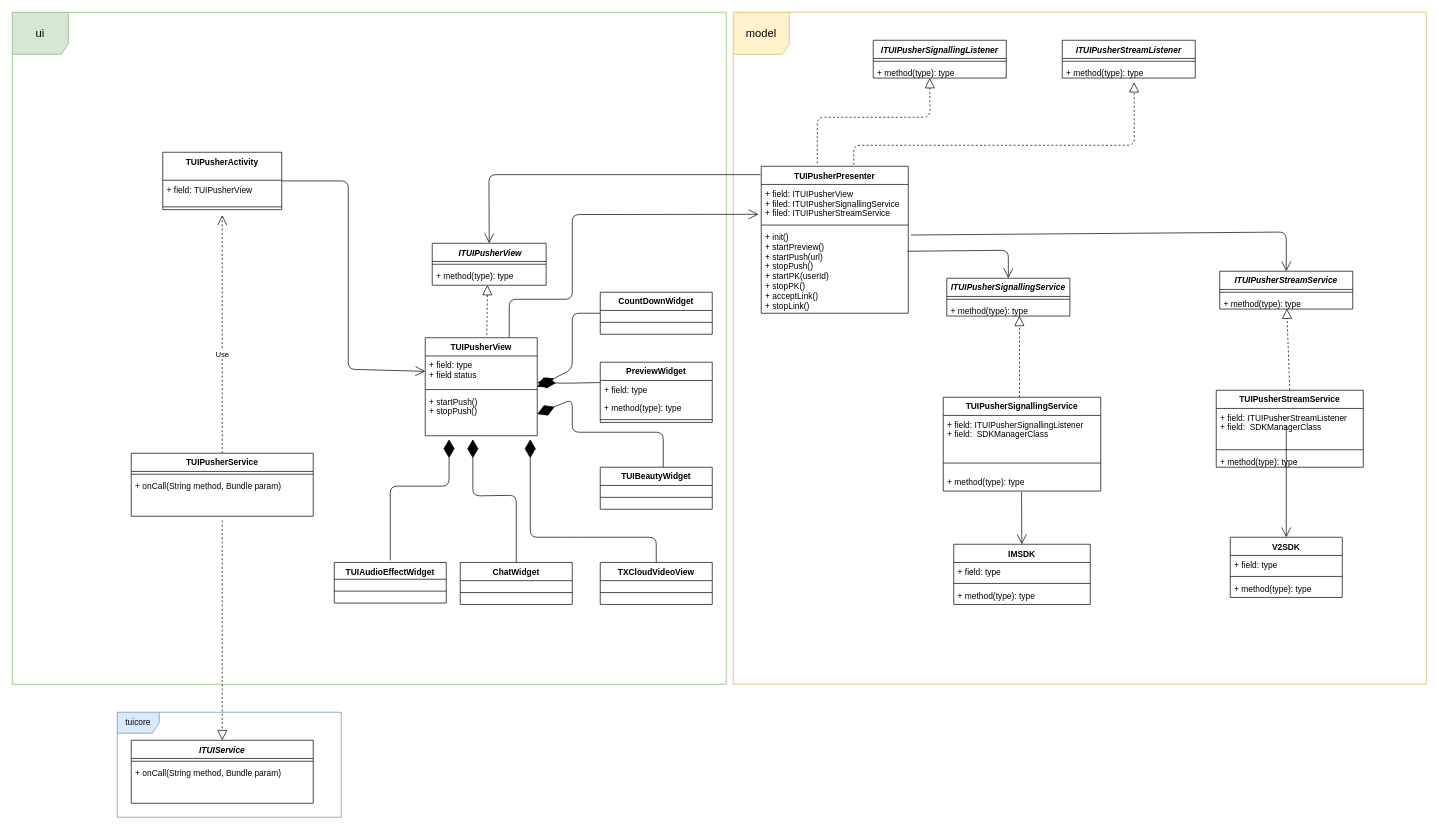
Above: diagrams/TUIPusher.drawio in paopaosecret/resources (draw.io), before the change. Source tidied: cells renumbered, new cells numbered last; positions are measured from the earlier drawing's top-left corner, leaving out a move shared by most shapes. Both pictures are drawn from the tidied source at 70%, with x=0, y=0 at pixel (12, 12).
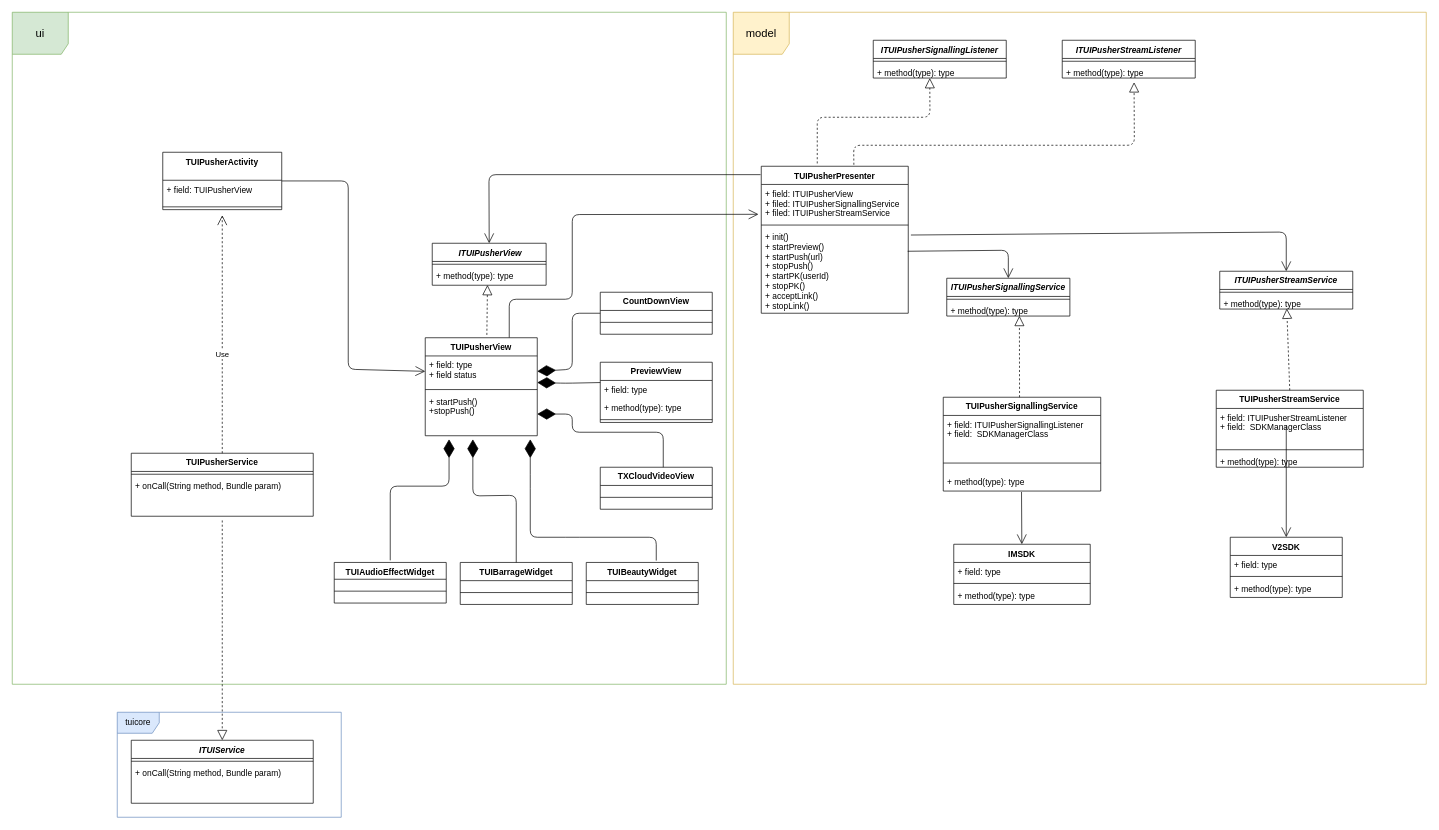
Above is the later version.

Unchanged cells that the change refers to:
```xml
<mxCell id="55" value="TUIPusherView" style="swimlane;fontStyle=1;align=center;verticalAlign=top;horizontal=1;startSize=26;" parent="1" vertex="1">
  <mxGeometry x="590" y="465" width="160" height="140" as="geometry" />
</mxCell>
<mxCell id="56" value="+ field: type&#10;+ field status" style="text;strokeColor=none;fillColor=none;align=left;verticalAlign=top;spacingLeft=4;spacingRight=4;overflow=hidden;points=[[0,0.5],[1,0.5]];portConstraint=eastwest;" parent="55" vertex="1">
  <mxGeometry y="26" width="160" height="44" as="geometry" />
</mxCell>
```

The edit, as a diff of the source:
```diff
@@
-    <mxCell id="12" value="PreviewWidget" style="swimlane;fontStyle=1;align=center;verticalAlign=top;horizontal=1;startSize=26;" parent="1" vertex="1">
+    <mxCell id="12" value="PreviewView" style="swimlane;fontStyle=1;align=center;verticalAlign=top;horizontal=1;startSize=26;" parent="1" vertex="1">
       <mxGeometry x="840" y="500" width="160" height="86" as="geometry" />
     </mxCell>
@@
-    <mxCell id="58" value="+ startPush()&#10;+ stopPush()" style="text;strokeColor=none;fillColor=none;align=left;verticalAlign=top;spacingLeft=4;spacingRight=4;overflow=hidden;points=[[0,0.5],[1,0.5]];portConstraint=eastwest;" parent="55" vertex="1">
+    <mxCell id="58" value="+ startPush()&#10;+stopPush()" style="text;strokeColor=none;fillColor=none;align=left;verticalAlign=top;spacingLeft=4;spacingRight=4;overflow=hidden;points=[[0,0.5],[1,0.5]];portConstraint=eastwest;" parent="55" vertex="1">
       <mxGeometry y="78" width="160" height="62" as="geometry" />
     </mxCell>
@@
-    <mxCell id="61" value="CountDownWidget" style="swimlane;fontStyle=1;align=center;verticalAlign=top;horizontal=1;startSize=26;" parent="1" vertex="1">
+    <mxCell id="61" value="CountDownView" style="swimlane;fontStyle=1;align=center;verticalAlign=top;horizontal=1;startSize=26;" parent="1" vertex="1">
       <mxGeometry x="840" y="400" width="160" height="60" as="geometry" />
     </mxCell>
@@
-    <mxCell id="63" style="endArrow=diamondThin;endFill=1;endSize=24;html=1;entryX=1;entryY=0.5;entryDx=0;entryDy=0;exitX=0;exitY=0.5;exitDx=0;exitDy=0;" parent="1" edge="1" source="61" target="55">
+    <mxCell id="63" style="endArrow=diamondThin;endFill=1;endSize=24;html=1;entryX=1;entryY=0.5;entryDx=0;entryDy=0;exitX=0;exitY=0.5;exitDx=0;exitDy=0;" parent="1" edge="1" source="61" target="56">
       <mxGeometry relative="1" as="geometry">
         <Array as="points">
           <mxPoint x="800" y="430" />
           <mxPoint x="800" y="510" />
         </Array>
       </mxGeometry>
     </mxCell>
     <mxCell id="64" value="TXCloudVideoView" style="swimlane;fontStyle=1;align=center;verticalAlign=top;horizontal=1;startSize=26;" parent="1" vertex="1">
-      <mxGeometry x="840" y="786" width="160" height="60" as="geometry" />
+      <mxGeometry x="840" y="650" width="160" height="60" as="geometry" />
     </mxCell>
@@
-    <mxCell id="66" style="endArrow=diamondThin;endFill=1;endSize=24;html=1;exitX=0.5;exitY=0;exitDx=0;exitDy=0;" parent="1" edge="1" source="64">
+    <mxCell id="66" style="endArrow=diamondThin;endFill=1;endSize=24;html=1;exitX=0.625;exitY=-0.044;exitDx=0;exitDy=0;exitPerimeter=0;" parent="1" edge="1" source="67">
       <mxGeometry relative="1" as="geometry">
         <mxPoint x="740" y="610" as="targetPoint" />
         <Array as="points">
           <mxPoint x="920" y="750" />
           <mxPoint x="800" y="750" />
           <mxPoint x="740" y="750" />
           <mxPoint x="740" y="670" />
         </Array>
       </mxGeometry>
     </mxCell>
-    <mxCell id="67" value="TUIBeautyWidget" style="swimlane;fontStyle=1;align=center;verticalAlign=top;horizontal=1;startSize=26;" parent="1" vertex="1">
-      <mxGeometry x="840" y="650" width="160" height="60" as="geometry" />
-    </mxCell>
-    <mxCell id="68" style="line;strokeWidth=1;fillColor=none;align=left;verticalAlign=middle;spacingTop=-1;spacingLeft=3;spacingRight=3;labelPosition=right;" parent="67" vertex="1">
-      <mxGeometry y="26" width="160" height="34" as="geometry" />
-    </mxCell>
     <mxCell id="69" style="endArrow=diamondThin;endFill=1;endSize=24;html=1;entryX=1;entryY=0.5;entryDx=0;entryDy=0;" parent="1" edge="1" target="58">
       <mxGeometry relative="1" as="geometry">
         <mxPoint x="930" y="650" as="sourcePoint" />
         <Array as="points">
           <mxPoint x="930" y="600" />
           <mxPoint x="800" y="600" />
-          <mxPoint x="800" y="553" />
+          <mxPoint x="800" y="574" />
         </Array>
       </mxGeometry>
     </mxCell>
@@
-    <mxCell id="73" value="ChatWidget" style="swimlane;fontStyle=1;align=center;verticalAlign=top;horizontal=1;startSize=26;" parent="1" vertex="1">
+    <mxCell id="73" value="TUIBarrageWidget" style="swimlane;fontStyle=1;align=center;verticalAlign=top;horizontal=1;startSize=26;" parent="1" vertex="1">
       <mxGeometry x="640" y="786" width="160" height="60" as="geometry" />
     </mxCell>
@@
+    <mxCell id="67" value="TUIBeautyWidget" style="swimlane;fontStyle=1;align=center;verticalAlign=top;horizontal=1;startSize=26;" parent="1" vertex="1">
+      <mxGeometry x="820" y="786" width="160" height="60" as="geometry" />
+    </mxCell>
+    <mxCell id="68" style="line;strokeWidth=1;fillColor=none;align=left;verticalAlign=middle;spacingTop=-1;spacingLeft=3;spacingRight=3;labelPosition=right;" parent="67" vertex="1">
+      <mxGeometry y="26" width="160" height="34" as="geometry" />
+    </mxCell>
```
